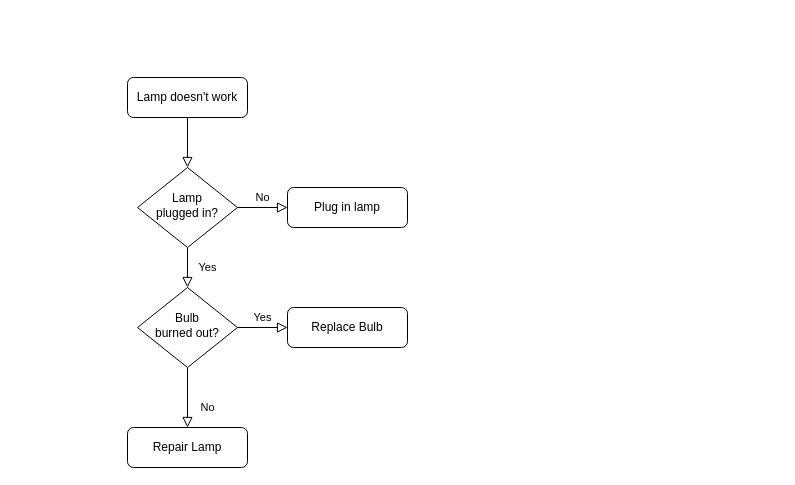
This is Untitled Diagram.drawio from pkochar263/Sending-Emails-to-multiple-people, a draw.io file, before an edit. Source tidied: cells renumbered, new cells numbered last; positions are measured from the earlier drawing's top-left corner, leaving out a move shared by most shapes. Both pictures are drawn from the tidied source at 100%, with x=0, y=0 at pixel (127, 77).
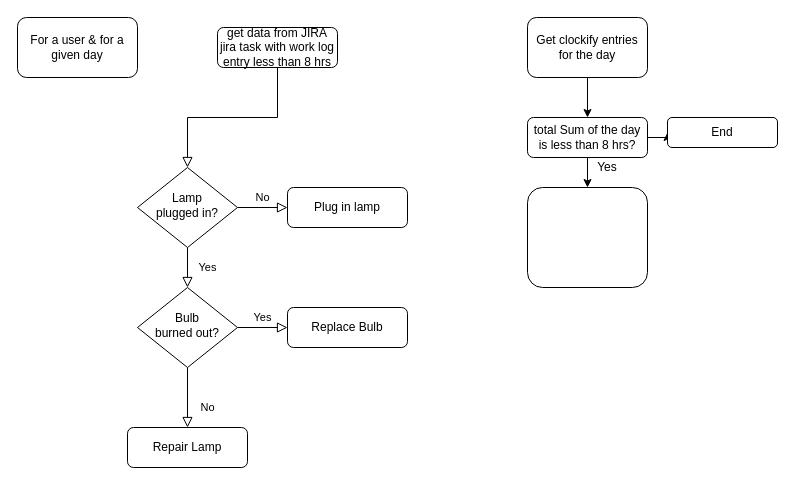
After the change.

The edit, as a diff of the source:
```diff
@@
-    <mxCell id="3" value="Lamp doesn't work" style="rounded=1;whiteSpace=wrap;html=1;fontSize=12;glass=0;strokeWidth=1;shadow=0;" parent="1" vertex="1">
-      <mxGeometry width="120" height="40" as="geometry" />
+    <mxCell id="3" value="get data from JIRA&lt;br&gt;jira task with work log entry less than 8 hrs" style="rounded=1;whiteSpace=wrap;html=1;fontSize=12;glass=0;strokeWidth=1;shadow=0;" parent="1" vertex="1">
+      <mxGeometry x="90" y="-50" width="120" height="40" as="geometry" />
     </mxCell>
@@
+    <mxCell id="13" value="For a user &amp;amp; for a given day" style="rounded=1;whiteSpace=wrap;html=1;" parent="1" vertex="1">
+      <mxGeometry x="-110" y="-60" width="120" height="60" as="geometry" />
+    </mxCell>
+    <mxCell id="14" style="edgeStyle=orthogonalEdgeStyle;rounded=0;jettySize=auto;html=1;" parent="1" edge="1" source="15" target="18">
+      <mxGeometry relative="1" as="geometry" />
+    </mxCell>
+    <mxCell id="15" value="Get clockify entries for the day" style="rounded=1;whiteSpace=wrap;html=1;" parent="1" vertex="1">
+      <mxGeometry x="400" y="-60" width="120" height="60" as="geometry" />
+    </mxCell>
+    <mxCell id="16" style="edgeStyle=orthogonalEdgeStyle;rounded=0;jettySize=auto;html=1;" parent="1" edge="1" source="18" target="19">
+      <mxGeometry relative="1" as="geometry" />
+    </mxCell>
+    <mxCell id="17" style="edgeStyle=orthogonalEdgeStyle;rounded=0;jettySize=auto;html=1;" parent="1" edge="1" source="18" target="21">
+      <mxGeometry relative="1" as="geometry" />
+    </mxCell>
+    <mxCell id="18" value="total Sum of the day is less than 8 hrs?" style="whiteSpace=wrap;html=1;rounded=1;" parent="1" vertex="1">
+      <mxGeometry x="400" y="40" width="120" height="40" as="geometry" />
+    </mxCell>
+    <mxCell id="19" style="whiteSpace=wrap;html=1;rounded=1;" parent="1" vertex="1">
+      <mxGeometry x="400" y="110" width="120" height="100" as="geometry" />
+    </mxCell>
+    <mxCell id="20" value="Yes" style="text;html=1;strokeColor=none;fillColor=none;align=center;verticalAlign=middle;whiteSpace=wrap;rounded=0;" parent="1" vertex="1">
+      <mxGeometry x="460" y="80" width="40" height="20" as="geometry" />
+    </mxCell>
+    <mxCell id="21" value="End" style="whiteSpace=wrap;html=1;rounded=1;" parent="1" vertex="1">
+      <mxGeometry x="540" y="40" width="110" height="30" as="geometry" />
+    </mxCell>
```
